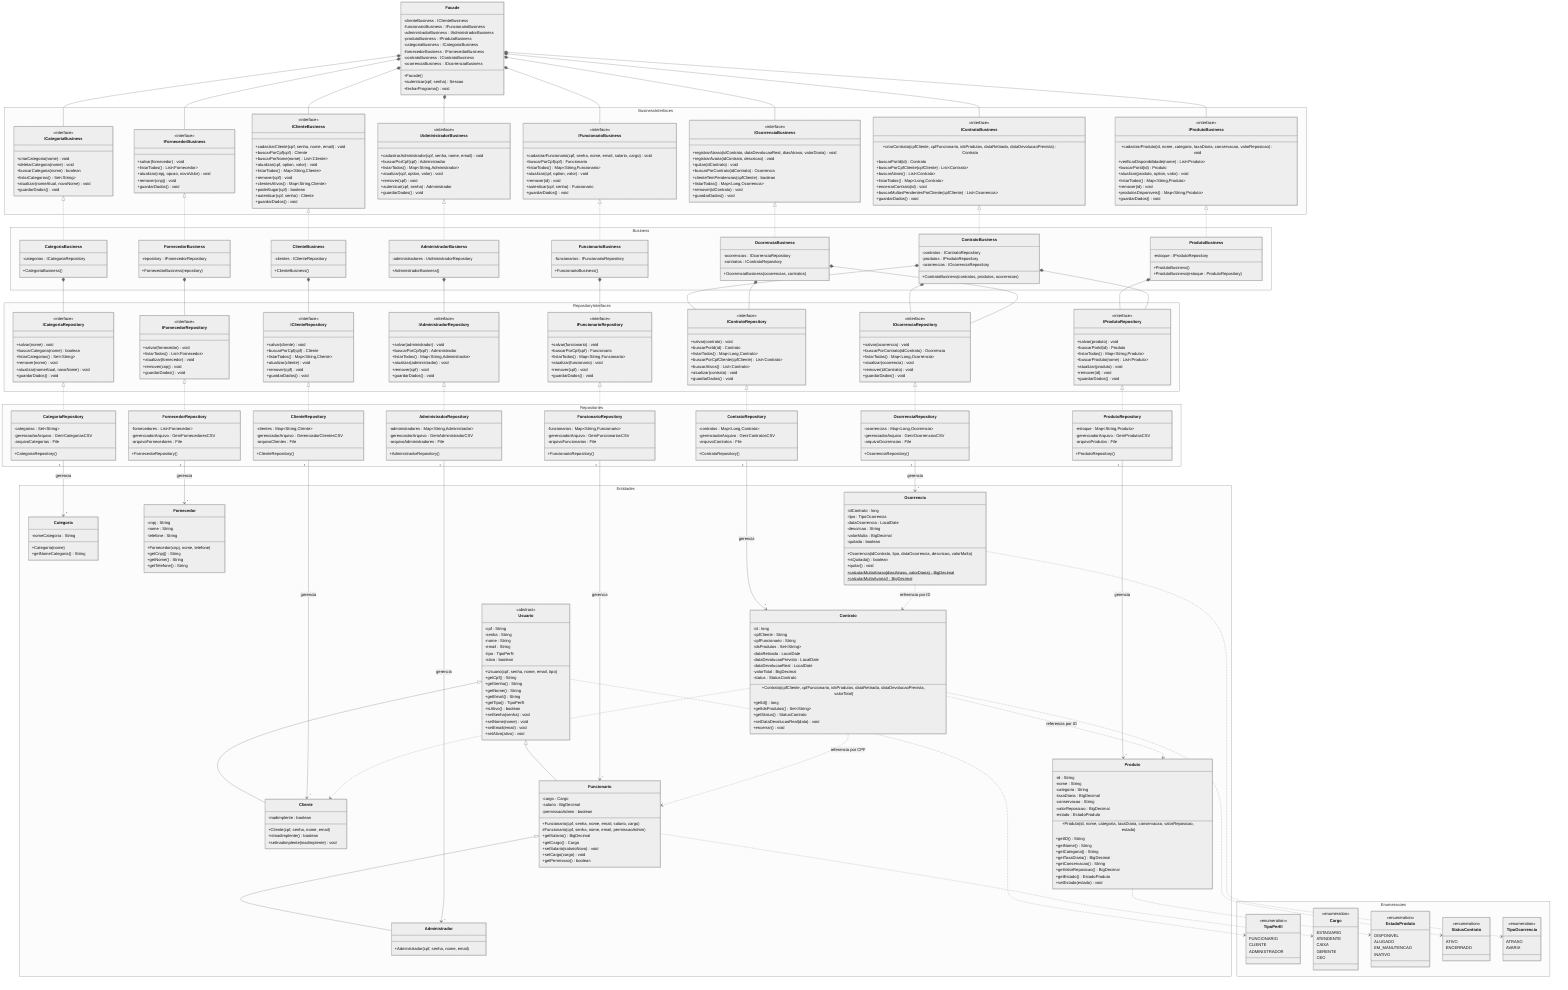
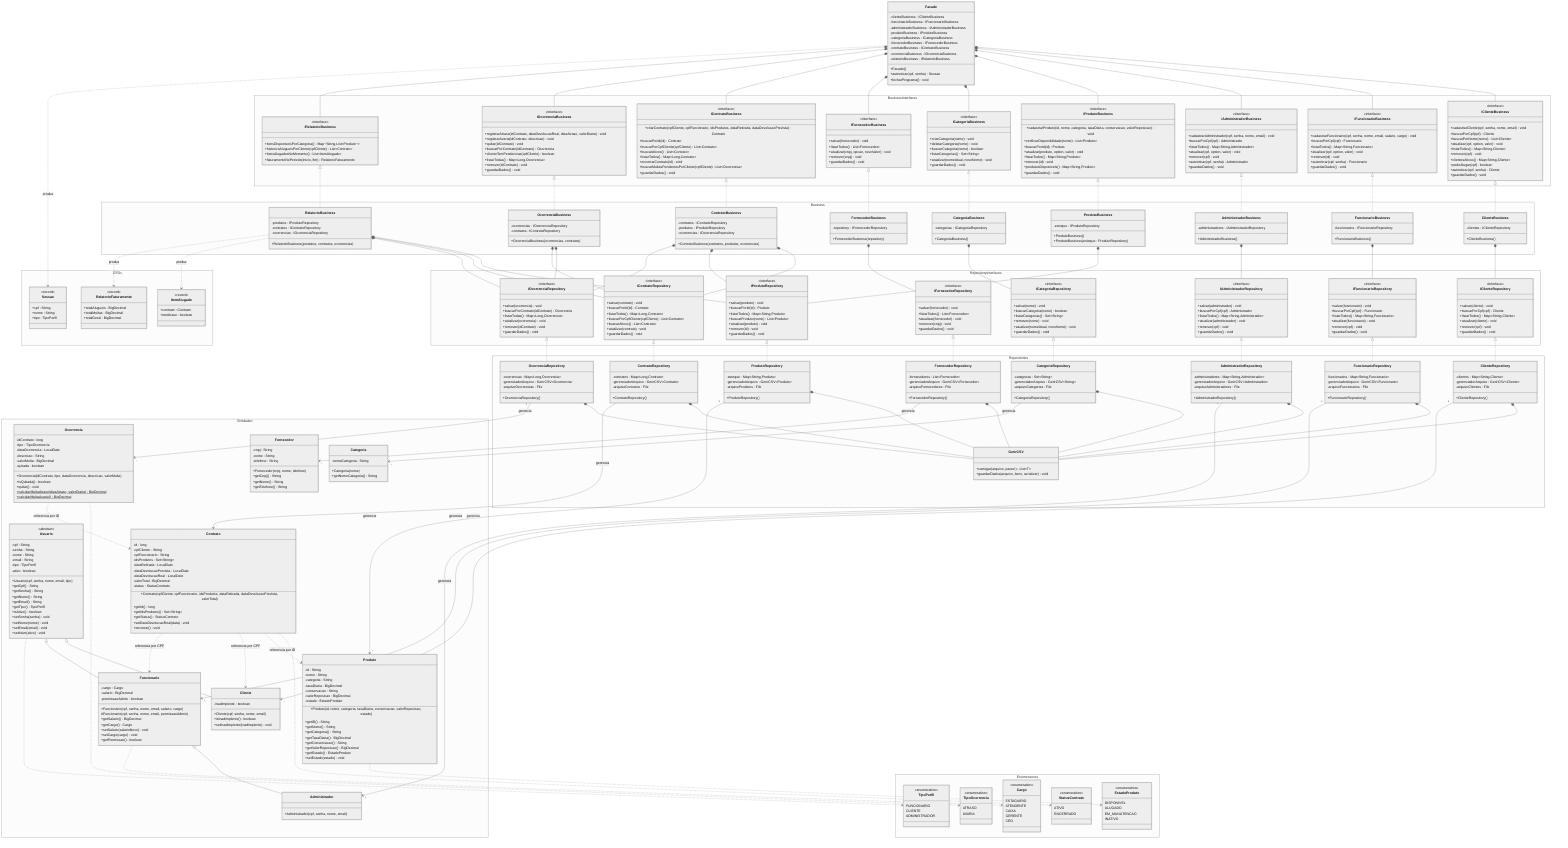
%%{init: {"theme": "neutral"}}%%
classDiagram
    direction TB

    namespace Entidades {
        class Usuario
        class Cliente
        class Funcionario
        class Administrador
        class Produto
        class Categoria
        class Fornecedor
        class Contrato
        class Ocorrencia
    }

    namespace Enumeracoes {
        class TipoPerfil
        class Cargo
        class EstadoProduto
        class StatusContrato
        class TipoOcorrencia
    }

    namespace RepositoryInterfaces {
        class IClienteRepository
        class IFuncionarioRepository
        class IAdministradorRepository
        class IProdutoRepository
        class ICategoriaRepository
        class IFornecedorRepository
        class IContratoRepository
        class IOcorrenciaRepository
    }

    namespace Repositories {
        class ClienteRepository
        class FuncionarioRepository
        class AdministradorRepository
        class ProdutoRepository
        class CategoriaRepository
        class FornecedorRepository
        class ContratoRepository
        class OcorrenciaRepository
+         class GerirCSV
    }

    namespace BusinessInterfaces {
        class IClienteBusiness
        class IFuncionarioBusiness
        class IAdministradorBusiness
        class IProdutoBusiness
        class ICategoriaBusiness
        class IFornecedorBusiness
        class IContratoBusiness
        class IOcorrenciaBusiness
+         class IRelatorioBusiness
    }

    namespace Business {
        class ClienteBusiness
        class FuncionarioBusiness
        class AdministradorBusiness
        class ProdutoBusiness
        class CategoriaBusiness
        class FornecedorBusiness
        class ContratoBusiness
        class OcorrenciaBusiness
+         class RelatorioBusiness
+     }
+ 
+     namespace DTOs {
+         class Sessao
+         class ItemAlugado
+         class RelatorioFaturamento
    }

    class Facade

    %% ===================== ENTIDADES =====================

    class Usuario {
        <<abstract>>
        -cpf : String
        -senha : String
        -nome : String
        -email : String
        -tipo : TipoPerfil
        -ativo : boolean
        +Usuario(cpf, senha, nome, email, tipo)
        +getCpf() String
        +getSenha() String
        +getNome() String
        +getEmail() String
        +getTipo() TipoPerfil
        +isAtivo() boolean
        +setSenha(senha) void
        +setNome(nome) void
        +setEmail(email) void
        +setAtivo(ativo) void
    }

    class Cliente {
        -inadimplente : boolean
        +Cliente(cpf, senha, nome, email)
        +isInadimplente() boolean
        +setInadimplente(inadimplente) void
    }

    class Funcionario {
        -cargo : Cargo
        -salario : BigDecimal
        -permissaoAdmin : boolean
        +Funcionario(cpf, senha, nome, email, salario, cargo)
        #Funcionario(cpf, senha, nome, email, permissaoAdmin)
        +getSalario() BigDecimal
        +getCargo() Cargo
        +setSalario(salarioNovo) void
        +setCargo(cargo) void
        +getPermissao() boolean
    }

    class Administrador {
        +Administrador(cpf, senha, nome, email)
    }

    class Produto {
        -id : String
        -nome : String
        -categoria : String
        -taxaDiaria : BigDecimal
        -conservacao : String
        -valorReposicao : BigDecimal
        -estado : EstadoProduto
        +Produto(id, nome, categoria, taxaDiaria, conservacao, valorReposicao, estado)
        +getID() String
        +getNome() String
        +getCategoria() String
        +getTaxaDiaria() BigDecimal
        +getConservacao() String
        +getValorReposicao() BigDecimal
        +getEstado() EstadoProduto
        +setEstado(estado) void
    }

    class Categoria {
        -nomeCategoria : String
        +Categoria(nome)
        +getNomeCategoria() String
    }

    class Fornecedor {
        -cnpj : String
        -nome : String
        -telefone : String
        +Fornecedor(cnpj, nome, telefone)
        +getCnpj() String
        +getNome() String
        +getTelefone() String
    }

    class Contrato {
        -id : long
        -cpfCliente : String
        -cpfFuncionario : String
        -idsProdutos : Set~String~
        -dataRetirada : LocalDate
        -dataDevolucaoPrevista : LocalDate
        -dataDevolucaoReal : LocalDate
        -valorTotal : BigDecimal
        -status : StatusContrato
        +Contrato(cpfCliente, cpfFuncionario, idsProdutos, dataRetirada, dataDevolucaoPrevista, valorTotal)
        +getId() long
        +getIdsProdutos() Set~String~
        +getStatus() StatusContrato
        +setDataDevolucaoReal(data) void
        +encerrar() void
    }

    class Ocorrencia {
        -idContrato : long
        -tipo : TipoOcorrencia
        -dataOcorrencia : LocalDate
        -descricao : String
        -valorMulta : BigDecimal
        -quitada : boolean
        +Ocorrencia(idContrato, tipo, dataOcorrencia, descricao, valorMulta)
        +isQuitada() boolean
        +quitar() void
        +calcularMultaAtraso(diasAtraso, valorDiaria)$ BigDecimal
        +calcularMultaAvaria()$ BigDecimal
    }

    class TipoPerfil {
        <<enumeration>>
        FUNCIONARIO
        CLIENTE
        ADMINISTRADOR
    }

    class Cargo {
        <<enumeration>>
        ESTAGIARIO
        ATENDENTE
        CAIXA
        GERENTE
        CEO
    }

    class EstadoProduto {
        <<enumeration>>
        DISPONIVEL
        ALUGADO
        EM_MANUTENCAO
        INATIVO
    }

    class StatusContrato {
        <<enumeration>>
        ATIVO
        ENCERRADO
    }

    class TipoOcorrencia {
        <<enumeration>>
        ATRASO
        AVARIA
    }

    %% ===================== INTERFACES DE REPOSITORY =====================

    class IClienteRepository {
        <<interface>>
        +salvar(cliente) void
        +buscarPorCpf(cpf) Cliente
        +listarTodos() Map~String,Cliente~
        +atualizar(cliente) void
        +remover(cpf) void
        +guardarDados() void
    }

    class IFuncionarioRepository {
        <<interface>>
        +salvar(funcionario) void
        +buscarPorCpf(cpf) Funcionario
        +listarTodos() Map~String,Funcionario~
        +atualizar(funcionario) void
        +remover(cpf) void
        +guardarDados() void
    }

    class IAdministradorRepository {
        <<interface>>
        +salvar(administrador) void
        +buscarPorCpf(cpf) Administrador
        +listarTodos() Map~String,Administrador~
        +atualizar(administrador) void
        +remover(cpf) void
        +guardarDados() void
    }

    class IProdutoRepository {
        <<interface>>
        +salvar(produto) void
        +buscarPorId(id) Produto
        +listarTodos() Map~String,Produto~
        +buscarProduto(nome) List~Produto~
        +atualizar(produto) void
        +remover(id) void
        +guardarDados() void
    }

    class ICategoriaRepository {
        <<interface>>
        +salvar(nome) void
        +buscarCategoria(nome) boolean
        +listarCategorias() Set~String~
        +remover(nome) void
        +atualizar(nomeAtual, novoNome) void
        +guardarDados() void
    }

    class IFornecedorRepository {
        <<interface>>
        +salvar(fornecedor) void
        +listarTodos() List~Fornecedor~
        +atualizar(fornecedor) void
        +remover(cnpj) void
        +guardarDados() void
    }

    class IContratoRepository {
        <<interface>>
        +salvar(contrato) void
        +buscarPorId(id) Contrato
        +listarTodos() Map~Long,Contrato~
        +buscarPorCpfCliente(cpfCliente) List~Contrato~
        +buscarAtivos() List~Contrato~
        +atualizar(contrato) void
        +guardarDados() void
    }

    class IOcorrenciaRepository {
        <<interface>>
        +salvar(ocorrencia) void
        +buscarPorContrato(idContrato) Ocorrencia
        +listarTodas() Map~Long,Ocorrencia~
        +atualizar(ocorrencia) void
        +remover(idContrato) void
        +guardarDados() void
    }

    %% ===================== REPOSITORIES (persistência CSV) =====================

+     class GerirCSV~T~ {
+         +carregar(arquivo, parser) List~T~
+         +guardarDados(arquivo, itens, serializer) void
+     }
+ 
    class ClienteRepository {
        -clientes : Map~String,Cliente~
-         -gerenciadorArquivo : GerenciadorClientesCSV
+         -gerenciadorArquivo : GerirCSV~Cliente~
        -arquivoClientes : File
        +ClienteRepository()
    }

    class FuncionarioRepository {
        -funcionarios : Map~String,Funcionario~
-         -gerenciadorArquivo : GerirFuncionariosCSV
+         -gerenciadorArquivo : GerirCSV~Funcionario~
        -arquivoFuncionarios : File
        +FuncionarioRepository()
    }

    class AdministradorRepository {
        -administradores : Map~String,Administrador~
-         -gerenciadorArquivo : GerirAdministradorCSV
+         -gerenciadorArquivo : GerirCSV~Administrador~
        -arquivoAdministradores : File
        +AdministradorRepository()
    }

    class ProdutoRepository {
        -estoque : Map~String,Produto~
-         -gerenciadorArquivo : GerirProdutosCSV
+         -gerenciadorArquivo : GerirCSV~Produto~
        -arquivoProdutos : File
        +ProdutoRepository()
    }

    class CategoriaRepository {
        -categorias : Set~String~
-         -gerenciadorArquivo : GerirCategoriasCSV
+         -gerenciadorArquivo : GerirCSV~String~
        -arquivoCategorias : File
        +CategoriaRepository()
    }

    class FornecedorRepository {
        -fornecedores : List~Fornecedor~
-         -gerenciadorArquivo : GerirFornecedoresCSV
+         -gerenciadorArquivo : GerirCSV~Fornecedor~
        -arquivoFornecedores : File
        +FornecedorRepository()
    }

    class ContratoRepository {
        -contratos : Map~Long,Contrato~
-         -gerenciadorArquivo : GerirContratosCSV
+         -gerenciadorArquivo : GerirCSV~Contrato~
        -arquivoContratos : File
        +ContratoRepository()
    }

    class OcorrenciaRepository {
        -ocorrencias : Map~Long,Ocorrencia~
-         -gerenciadorArquivo : GerirOcorrenciasCSV
+         -gerenciadorArquivo : GerirCSV~Ocorrencia~
        -arquivoOcorrencias : File
        +OcorrenciaRepository()
    }

    %% ===================== INTERFACES DE BUSINESS (camada de serviço) =====================

    class IClienteBusiness {
        <<interface>>
        +cadastrarCliente(cpf, senha, nome, email) void
        +buscarPorCpf(cpf) Cliente
        +buscarPorNome(nome) List~Cliente~
        +atualizar(cpf, option, valor) void
        +listarTodos() Map~String,Cliente~
        +remover(cpf) void
        +clientesAtivos() Map~String,Cliente~
        +podeAlugar(cpf) boolean
        +autenticar(cpf, senha) Cliente
        +guardarDados() void
    }

    class IFuncionarioBusiness {
        <<interface>>
        +cadastrarFuncionario(cpf, senha, nome, email, salario, cargo) void
        +buscarPorCpf(cpf) Funcionario
        +listarTodos() Map~String,Funcionario~
        +atualizar(cpf, option, valor) void
        +remover(id) void
        +autenticar(cpf, senha) Funcionario
        +guardarDados() void
    }

    class IAdministradorBusiness {
        <<interface>>
        +cadastrarAdministrador(cpf, senha, nome, email) void
        +buscarPorCpf(cpf) Administrador
        +listarTodos() Map~String,Administrador~
        +atualizar(cpf, option, valor) void
        +remover(cpf) void
        +autenticar(cpf, senha) Administrador
        +guardarDados() void
    }

    class IProdutoBusiness {
        <<interface>>
        +cadastrarProduto(id, nome, categoria, taxaDiaria, conservacao, valorReposicao) void
        +verificarDisponibilidade(nome) List~Produto~
        +buscarPorId(id) Produto
        +atualizar(produto, option, valor) void
        +listarTodos() Map~String,Produto~
        +remover(id) void
        +produtosDisponiveis() Map~String,Produto~
        +guardarDados() void
    }

    class ICategoriaBusiness {
        <<interface>>
        +criarCategoria(nome) void
        +deletarCategoria(nome) void
        +buscarCategoria(nome) boolean
        +listarCategorias() Set~String~
        +atualizar(nomeAtual, novoNome) void
        +guardarDados() void
    }

    class IFornecedorBusiness {
        <<interface>>
        +salvar(fornecedor) void
        +listarTodos() List~Fornecedor~
        +atualizar(cnpj, opcao, novoValor) void
        +remover(cnpj) void
        +guardarDados() void
    }

    class IContratoBusiness {
        <<interface>>
        +criarContrato(cpfCliente, cpfFuncionario, idsProdutos, dataRetirada, dataDevolucaoPrevista) Contrato
        +buscarPorId(id) Contrato
        +buscarPorCpfCliente(cpfCliente) List~Contrato~
        +buscarAtivos() List~Contrato~
        +listarTodos() Map~Long,Contrato~
        +encerrarContrato(id) void
        +buscarMultasPendentesPorCliente(cpfCliente) List~Ocorrencia~
        +guardarDados() void
    }

    class IOcorrenciaBusiness {
        <<interface>>
        +registrarAtraso(idContrato, dataDevolucaoReal, diasAtraso, valorDiaria) void
        +registrarAvaria(idContrato, descricao) void
        +quitar(idContrato) void
        +buscarPorContrato(idContrato) Ocorrencia
        +clienteTemPendencias(cpfCliente) boolean
        +listarTodas() Map~Long,Ocorrencia~
        +remover(idContrato) void
        +guardarDados() void
    }

+     class IRelatorioBusiness {
+         <<interface>>
+         +itensDisponiveisPorCategoria() Map~String,List~Produto~~
+         +historicoAlugueisPorCliente(cpfCliente) List~Contrato~
+         +itensAlugadosNoMomento() List~ItemAlugado~
+         +faturamentoNoPeriodo(inicio, fim) RelatorioFaturamento
+     }
+ 
    %% ===================== BUSINESS (regras de negócio) =====================

    class ClienteBusiness {
        -clientes : IClienteRepository
        +ClienteBusiness()
    }

    class FuncionarioBusiness {
        -funcionarios : IFuncionarioRepository
        +FuncionarioBusiness()
    }

    class AdministradorBusiness {
        -administradores : IAdministradorRepository
        +AdministradorBusiness()
    }

    class ProdutoBusiness {
        -estoque : IProdutoRepository
        +ProdutoBusiness()
        +ProdutoBusiness(estoque : ProdutoRepository)
    }

    class CategoriaBusiness {
        -categorias : ICategoriaRepository
        +CategoriaBusiness()
    }

    class FornecedorBusiness {
        -repository : IFornecedorRepository
        +FornecedorBusiness(repository)
    }

    class ContratoBusiness {
        -contratos : IContratoRepository
        -produtos : IProdutoRepository
        -ocorrencias : IOcorrenciaRepository
        +ContratoBusiness(contratos, produtos, ocorrencias)
    }

    class OcorrenciaBusiness {
        -ocorrencias : IOcorrenciaRepository
        -contratos : IContratoRepository
        +OcorrenciaBusiness(ocorrencias, contratos)
+     }
+ 
+     class RelatorioBusiness {
+         -produtos : IProdutoRepository
+         -contratos : IContratoRepository
+         -ocorrencias : IOcorrenciaRepository
+         +RelatorioBusiness(produtos, contratos, ocorrencias)
+     }
+ 
+     %% ===================== DTOs (registros retornados pela camada de serviço) =====================
+ 
+     class Sessao {
+         <<record>>
+         +cpf : String
+         +nome : String
+         +tipo : TipoPerfil
+     }
+ 
+     class ItemAlugado {
+         <<record>>
+         +contrato : Contrato
+         +emAtraso : boolean
+     }
+ 
+     class RelatorioFaturamento {
+         <<record>>
+         +totalAlugueis : BigDecimal
+         +totalMultas : BigDecimal
+         +totalGeral : BigDecimal
    }

    %% ===================== FACADE =====================

    class Facade {
        -clienteBusiness : IClienteBusiness
        -funcionarioBusiness : IFuncionarioBusiness
        -administradorBusiness : IAdministradorBusiness
        -produtoBusiness : IProdutoBusiness
        -categoriaBusiness : ICategoriaBusiness
        -fornecedorBusiness : IFornecedorBusiness
        -contratoBusiness : IContratoBusiness
        -ocorrenciaBusiness : IOcorrenciaBusiness
+         -relatorioBusiness : IRelatorioBusiness
        +Facade()
        +autenticar(cpf, senha) Sessao
        +fecharPrograma() void
    }

    %% ===================== RELACIONAMENTOS: herança e enums =====================

    Usuario <|-- Cliente
    Usuario <|-- Funcionario
    Funcionario <|-- Administrador
    Usuario ..> TipoPerfil
    Funcionario ..> Cargo
    Produto ..> EstadoProduto
    Contrato ..> StatusContrato
    Ocorrencia ..> TipoOcorrencia

    %% ===================== RELACIONAMENTOS: repositório implementa interface =====================

    IClienteRepository <|.. ClienteRepository
    IFuncionarioRepository <|.. FuncionarioRepository
    IAdministradorRepository <|.. AdministradorRepository
    IProdutoRepository <|.. ProdutoRepository
    ICategoriaRepository <|.. CategoriaRepository
    IFornecedorRepository <|.. FornecedorRepository
    IContratoRepository <|.. ContratoRepository
    IOcorrenciaRepository <|.. OcorrenciaRepository

+     %% ===================== RELACIONAMENTOS: repositório usa o manipulador de CSV genérico =====================
+ 
+     ClienteRepository *-- GerirCSV
+     FuncionarioRepository *-- GerirCSV
+     AdministradorRepository *-- GerirCSV
+     ProdutoRepository *-- GerirCSV
+     CategoriaRepository *-- GerirCSV
+     FornecedorRepository *-- GerirCSV
+     ContratoRepository *-- GerirCSV
+     OcorrenciaRepository *-- GerirCSV
+ 
    %% ===================== RELACIONAMENTOS: repositório gerencia entidade =====================

    ClienteRepository "1" --> "*" Cliente : gerencia
    FuncionarioRepository "1" --> "*" Funcionario : gerencia
    AdministradorRepository "1" --> "*" Administrador : gerencia
    ProdutoRepository "1" --> "*" Produto : gerencia
    CategoriaRepository "1" --> "*" Categoria : gerencia
    FornecedorRepository "1" --> "*" Fornecedor : gerencia
    ContratoRepository "1" --> "*" Contrato : gerencia
    OcorrenciaRepository "1" --> "*" Ocorrencia : gerencia

    %% ===================== RELACIONAMENTOS: business implementa interface =====================

    IClienteBusiness <|.. ClienteBusiness
    IFuncionarioBusiness <|.. FuncionarioBusiness
    IAdministradorBusiness <|.. AdministradorBusiness
    IProdutoBusiness <|.. ProdutoBusiness
    ICategoriaBusiness <|.. CategoriaBusiness
    IFornecedorBusiness <|.. FornecedorBusiness
    IContratoBusiness <|.. ContratoBusiness
    IOcorrenciaBusiness <|.. OcorrenciaBusiness
+     IRelatorioBusiness <|.. RelatorioBusiness

    %% ===================== RELACIONAMENTOS: business compõe repositório =====================

    ClienteBusiness *-- IClienteRepository
    FuncionarioBusiness *-- IFuncionarioRepository
    AdministradorBusiness *-- IAdministradorRepository
    ProdutoBusiness *-- IProdutoRepository
    CategoriaBusiness *-- ICategoriaRepository
    FornecedorBusiness *-- IFornecedorRepository
    ContratoBusiness *-- IContratoRepository
    ContratoBusiness *-- IProdutoRepository
    ContratoBusiness *-- IOcorrenciaRepository
    OcorrenciaBusiness *-- IOcorrenciaRepository
    OcorrenciaBusiness *-- IContratoRepository
- 
-     %% ===================== RELACIONAMENTOS: Facade compõe as 8 Business =====================
+     RelatorioBusiness *-- IProdutoRepository
+     RelatorioBusiness *-- IContratoRepository
+     RelatorioBusiness *-- IOcorrenciaRepository
+ 
+     %% ===================== RELACIONAMENTOS: Facade compõe as 9 Business =====================

    Facade *-- IClienteBusiness
    Facade *-- IFuncionarioBusiness
    Facade *-- IAdministradorBusiness
    Facade *-- IProdutoBusiness
    Facade *-- ICategoriaBusiness
    Facade *-- IFornecedorBusiness
    Facade *-- IContratoBusiness
    Facade *-- IOcorrenciaBusiness
+     Facade *-- IRelatorioBusiness
+ 
+     %% ===================== RELACIONAMENTOS: DTOs produzidos pela camada de serviço =====================
+ 
+     Facade ..> Sessao : produz
+     RelatorioBusiness ..> ItemAlugado : produz
+     RelatorioBusiness ..> RelatorioFaturamento : produz

    %% ===================== RELACIONAMENTOS: associações entre entidades por chave (CSV-friendly) =====================

    Contrato ..> Produto : referencia por ID
    Contrato ..> Cliente : referencia por CPF
    Contrato ..> Funcionario : referencia por CPF
    Ocorrencia ..> Contrato : referencia por ID
